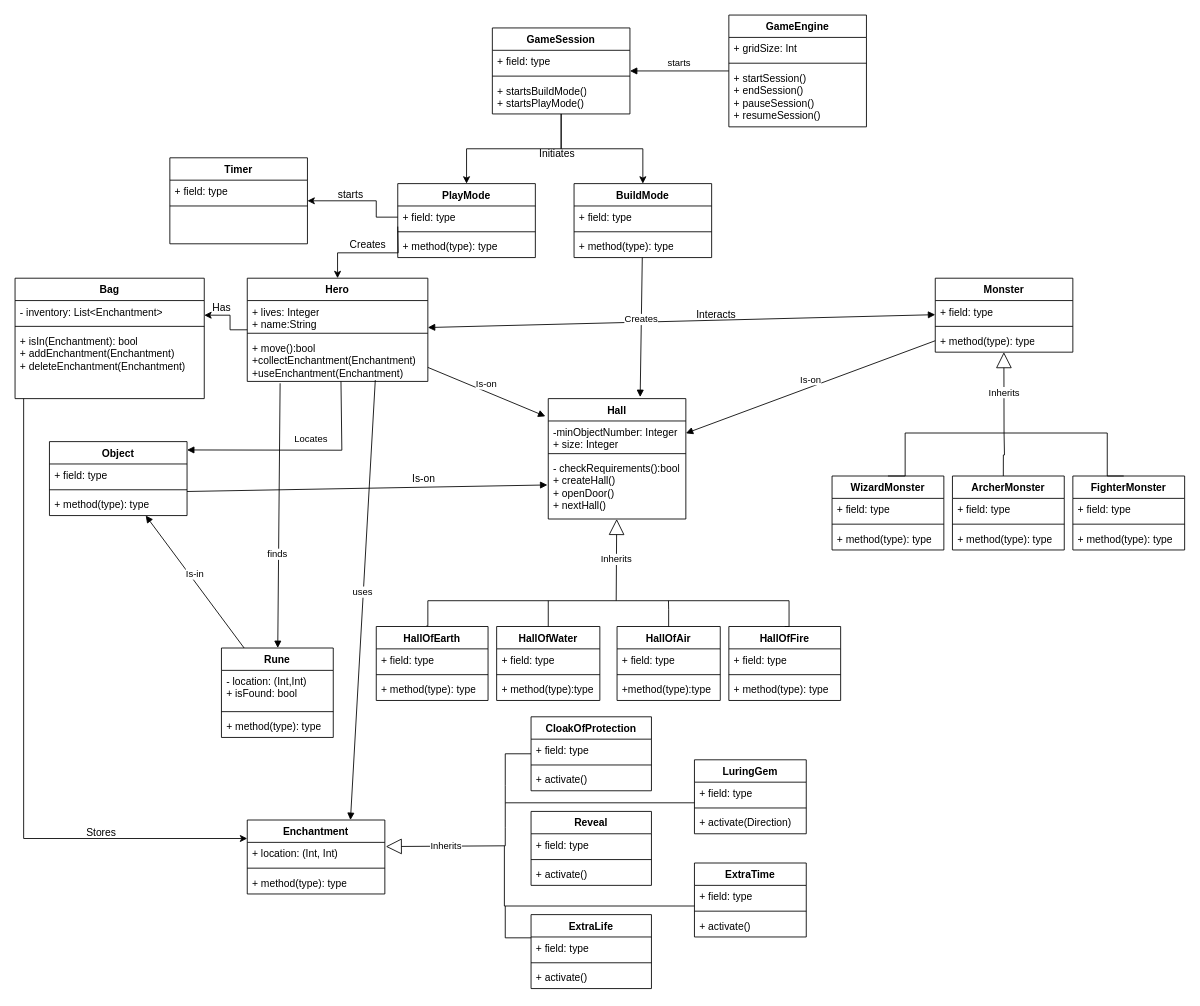
Above: uml_class_diagram.drawio in zeynepyorulmaz/Rogue-Like (draw.io), before the change. Source tidied: cells renumbered, new cells numbered last; positions are measured from the earlier drawing's top-left corner, leaving out a move shared by most shapes. Both pictures are drawn from the tidied source at 86%, with x=0, y=0 at pixel (15, 15).
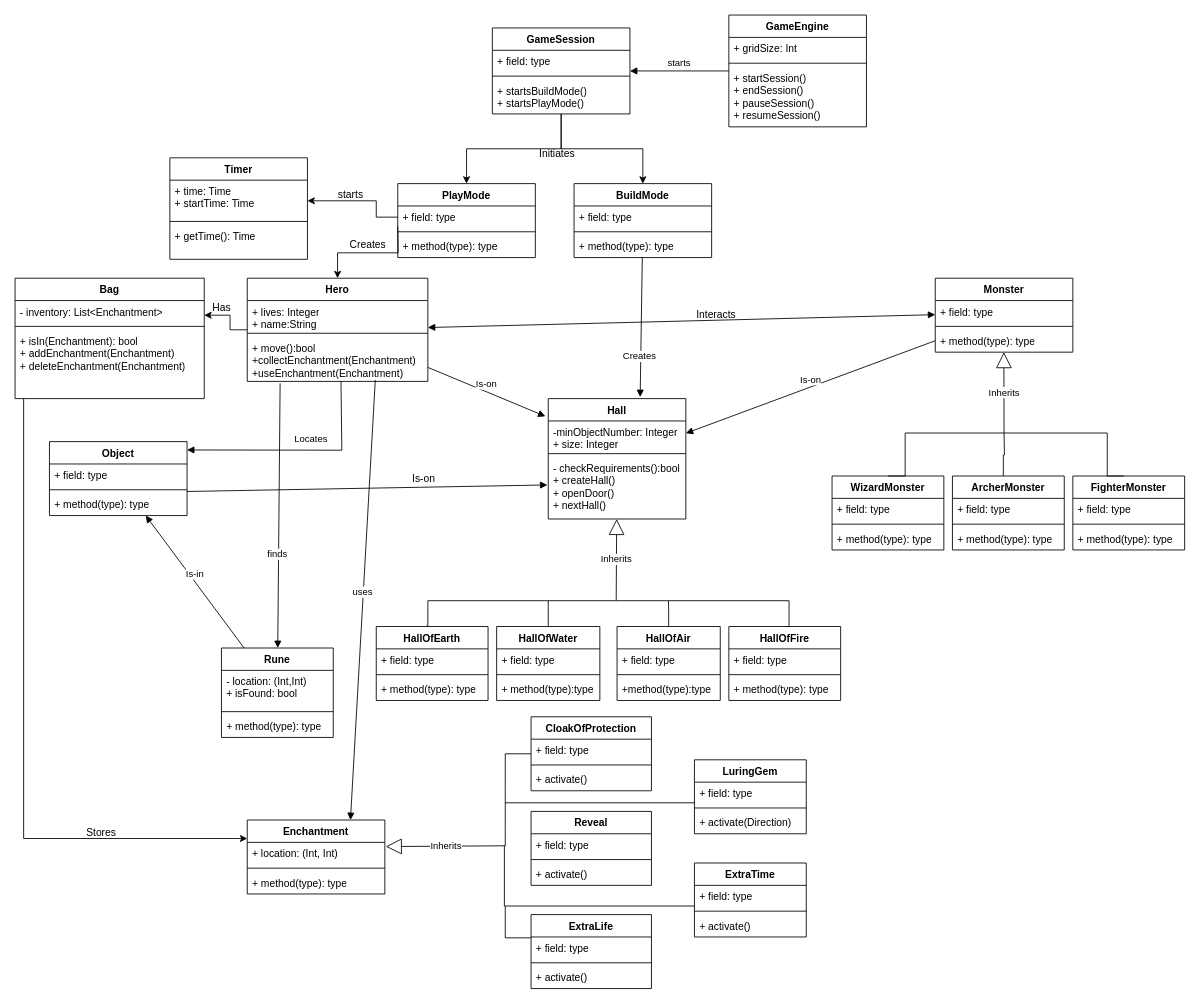
After the change.

Commit message:
added fields and methods

The change refers to these unchanged cells:
```xml
<mxCell id="60" value="&lt;div&gt;Hall&lt;/div&gt;&lt;div&gt;&lt;br&gt;&lt;/div&gt;" style="swimlane;fontStyle=1;align=center;verticalAlign=top;horizontal=1;startSize=26;whiteSpace=wrap;html=1;" parent="1" vertex="1">
  <mxGeometry x="620" y="446" width="160" height="140" as="geometry" />
</mxCell>
<mxCell id="116" value="BuildMode" style="swimlane;fontStyle=1;align=center;verticalAlign=top;horizontal=1;startSize=26;whiteSpace=wrap;html=1;" parent="1" vertex="1">
  <mxGeometry x="650" y="196" width="160" height="86" as="geometry" />
</mxCell>
```

The edit, as a diff of the source:
```diff
@@
     <mxCell id="121" value="Creates" style="html=1;verticalAlign=bottom;endArrow=block;curved=0;rounded=0;entryX=0.668;entryY=-0.013;entryDx=0;entryDy=0;entryPerimeter=0;" parent="1" edge="1" source="116" target="60">
-      <mxGeometry relative="1" as="geometry" />
+      <mxGeometry x="0.53" y="-1" relative="1" as="geometry" />
     </mxCell>
@@
     <mxCell id="129" value="&lt;div&gt;Timer&lt;/div&gt;" style="swimlane;fontStyle=1;align=center;verticalAlign=top;horizontal=1;startSize=26;whiteSpace=wrap;html=1;" parent="1" vertex="1">
-      <mxGeometry x="180" y="166" width="160" height="100" as="geometry" />
+      <mxGeometry x="180" y="166" width="160" height="118" as="geometry" />
     </mxCell>
-    <mxCell id="130" value="+ field: type" style="text;strokeColor=none;fillColor=none;align=left;verticalAlign=top;spacingLeft=4;spacingRight=4;overflow=hidden;whiteSpace=wrap;html=1;" parent="129" vertex="1">
-      <mxGeometry y="26" width="160" height="26" as="geometry" />
+    <mxCell id="130" value="+ time: Time&lt;div&gt;+ startTime: Time&lt;/div&gt;" style="text;strokeColor=none;fillColor=none;align=left;verticalAlign=top;spacingLeft=4;spacingRight=4;overflow=hidden;whiteSpace=wrap;html=1;" parent="129" vertex="1">
+      <mxGeometry y="26" width="160" height="44" as="geometry" />
     </mxCell>
     <mxCell id="131" style="line;strokeWidth=1;fillColor=none;align=left;verticalAlign=middle;spacingTop=-1;spacingLeft=3;spacingRight=3;labelPosition=right;strokeColor=inherit;" parent="129" vertex="1">
-      <mxGeometry y="52" width="160" height="8" as="geometry" />
+      <mxGeometry y="70" width="160" height="8" as="geometry" />
     </mxCell>
-    <mxCell id="132" value="&lt;div&gt;&lt;div&gt;&lt;br&gt;&lt;/div&gt;&lt;/div&gt;" style="text;strokeColor=none;fillColor=none;align=left;verticalAlign=top;spacingLeft=4;spacingRight=4;overflow=hidden;whiteSpace=wrap;html=1;" parent="129" vertex="1">
-      <mxGeometry y="60" width="160" height="40" as="geometry" />
+    <mxCell id="132" value="&lt;div&gt;&lt;div&gt;+ getTime(): Time&lt;/div&gt;&lt;/div&gt;" style="text;strokeColor=none;fillColor=none;align=left;verticalAlign=top;spacingLeft=4;spacingRight=4;overflow=hidden;whiteSpace=wrap;html=1;" parent="129" vertex="1">
+      <mxGeometry y="78" width="160" height="40" as="geometry" />
     </mxCell>
```
